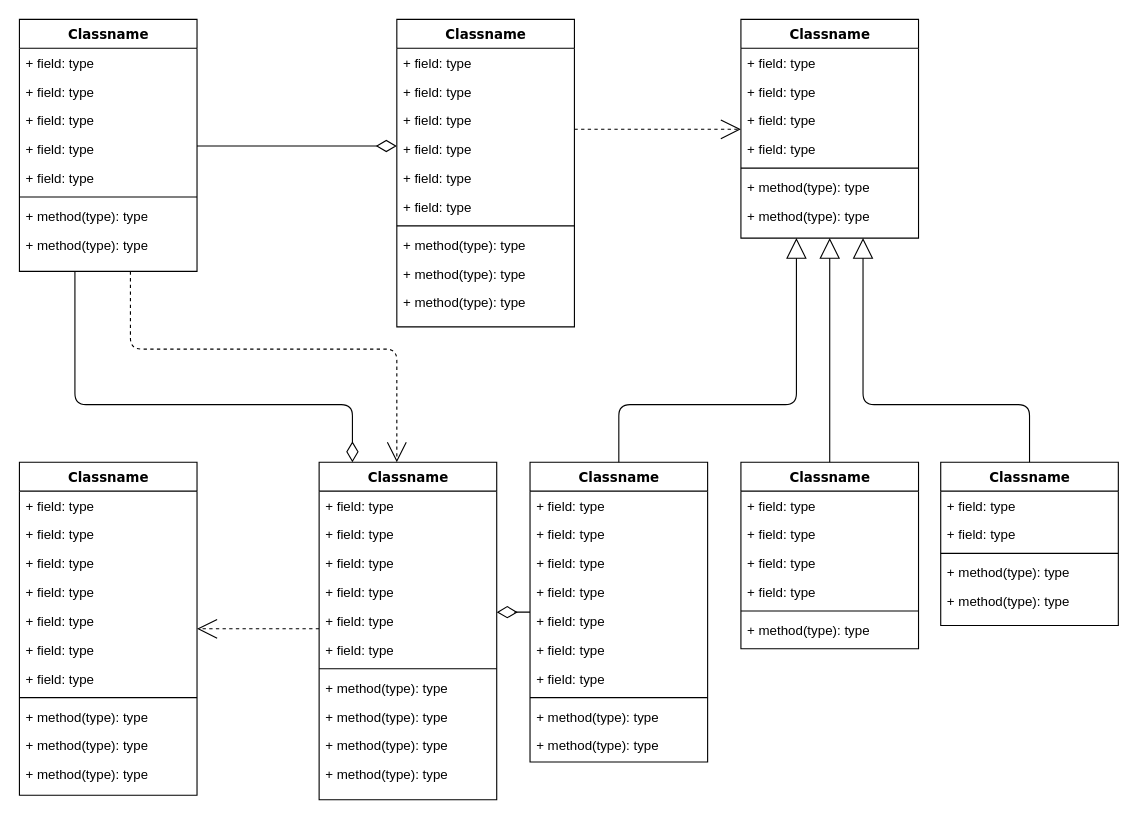
The draw.io diagram Untitled Diagram.drawio in luudatphat/manga, before the edit. Source tidied: cells renumbered, new cells numbered last; positions are measured from the earlier drawing's top-left corner, leaving out a move shared by most shapes. Both pictures are drawn from the tidied source at 111%, with x=0, y=0 at pixel (19, 19).
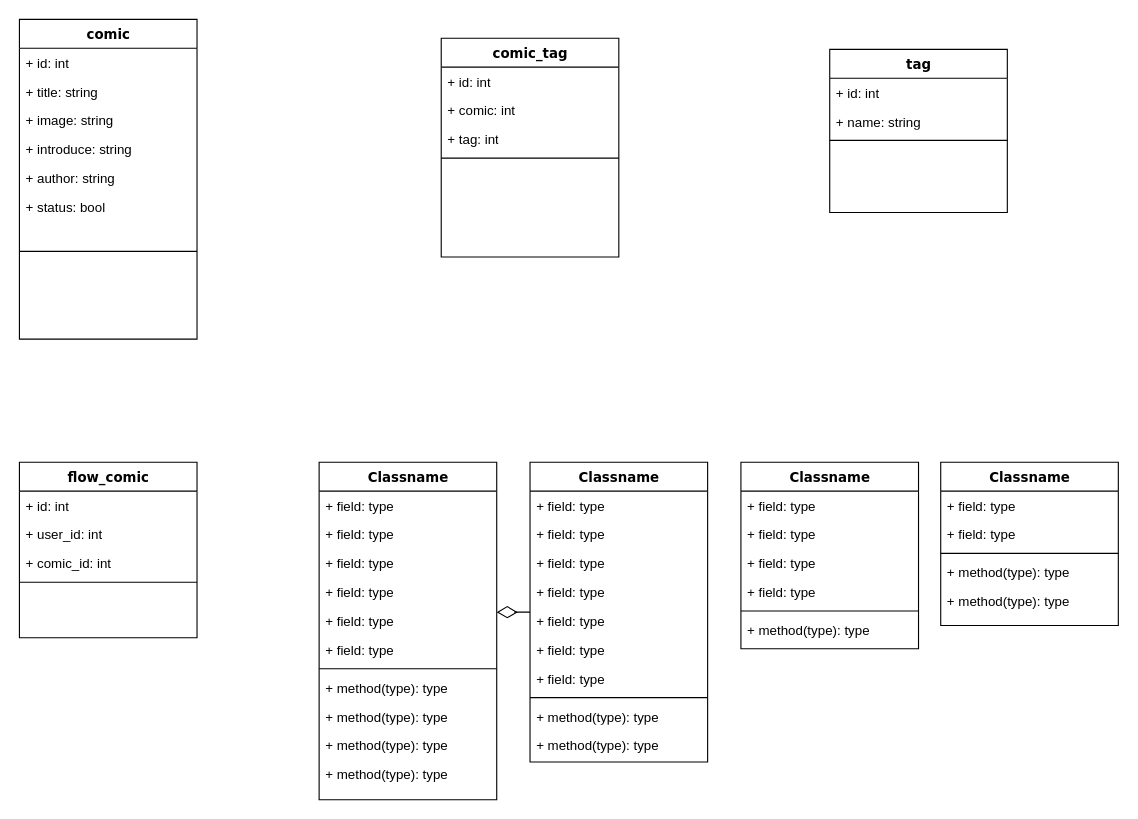
The same diagram, later.

The change refers to these unchanged cells:
```xml
<mxCell id="47" value="Classname" style="swimlane;html=1;fontStyle=1;align=center;verticalAlign=top;horizontal=1;startSize=26;swimlaneFillColor=#ffffff;rounded=0;shadow=0;comic=0;labelBackgroundColor=none;strokeWidth=1;fillColor=none;fontFamily=Verdana;fontSize=12;" parent="1" vertex="1">
  <mxGeometry x="270" y="399" width="160" height="304" as="geometry" />
</mxCell>
<mxCell id="60" value="Classname" style="swimlane;html=1;fontStyle=1;align=center;verticalAlign=top;horizontal=1;startSize=26;swimlaneFillColor=#ffffff;rounded=0;shadow=0;comic=0;labelBackgroundColor=none;strokeWidth=1;fillColor=none;fontFamily=Verdana;fontSize=12;" parent="1" vertex="1">
  <mxGeometry x="460" y="399" width="160" height="270" as="geometry" />
</mxCell>
<mxCell id="72" value="Classname" style="swimlane;html=1;fontStyle=1;align=center;verticalAlign=top;horizontal=1;startSize=26;swimlaneFillColor=#ffffff;rounded=0;shadow=0;comic=0;labelBackgroundColor=none;strokeWidth=1;fillColor=none;fontFamily=Verdana;fontSize=12;" parent="1" vertex="1">
  <mxGeometry x="650" y="399" width="160" height="168" as="geometry" />
</mxCell>
<mxCell id="80" value="Classname" style="swimlane;html=1;fontStyle=1;align=center;verticalAlign=top;horizontal=1;startSize=26;swimlaneFillColor=#ffffff;rounded=0;shadow=0;comic=0;labelBackgroundColor=none;strokeWidth=1;fillColor=none;fontFamily=Verdana;fontSize=12;" parent="1" vertex="1">
  <mxGeometry x="830" y="399" width="160" height="147" as="geometry" />
</mxCell>
```

The edit, as a diff of the source:
```diff
@@
-    <mxCell id="2" style="edgeStyle=orthogonalEdgeStyle;html=1;labelBackgroundColor=none;startFill=0;startSize=8;endArrow=open;endFill=0;endSize=16;fontFamily=Verdana;fontSize=12;dashed=1;" parent="1" edge="1" source="4" target="47">
-      <mxGeometry relative="1" as="geometry">
-        <Array as="points">
-          <mxPoint x="100" y="297" />
-          <mxPoint x="340" y="297" />
-        </Array>
-      </mxGeometry>
-    </mxCell>
-    <mxCell id="3" style="edgeStyle=orthogonalEdgeStyle;html=1;labelBackgroundColor=none;startFill=0;startSize=8;endArrow=diamondThin;endFill=0;endSize=16;fontFamily=Verdana;fontSize=12;" parent="1" edge="1" source="4" target="47">
-      <mxGeometry relative="1" as="geometry">
-        <Array as="points">
-          <mxPoint x="50" y="347" />
-          <mxPoint x="300" y="347" />
-        </Array>
-      </mxGeometry>
-    </mxCell>
-    <mxCell id="4" value="Classname" style="swimlane;html=1;fontStyle=1;align=center;verticalAlign=top;horizontal=1;startSize=26;swimlaneFillColor=#ffffff;rounded=0;shadow=0;comic=0;labelBackgroundColor=none;strokeWidth=1;fillColor=none;fontFamily=Verdana;fontSize=12;" parent="1" vertex="1">
-      <mxGeometry width="160" height="227" as="geometry" />
+    <mxCell id="4" value="comic" style="swimlane;html=1;fontStyle=1;align=center;verticalAlign=top;horizontal=1;startSize=26;swimlaneFillColor=#ffffff;rounded=0;shadow=0;comic=0;labelBackgroundColor=none;strokeWidth=1;fillColor=none;fontFamily=Verdana;fontSize=12;" parent="1" vertex="1">
+      <mxGeometry width="160" height="288" as="geometry" />
     </mxCell>
-    <mxCell id="5" value="+ field: type" style="text;html=1;strokeColor=none;fillColor=none;align=left;verticalAlign=top;spacingLeft=4;spacingRight=4;whiteSpace=wrap;overflow=hidden;" parent="4" vertex="1">
+    <mxCell id="5" value="+ id: int" style="text;html=1;strokeColor=none;fillColor=none;align=left;verticalAlign=top;spacingLeft=4;spacingRight=4;whiteSpace=wrap;overflow=hidden;" parent="4" vertex="1">
       <mxGeometry y="26" width="160" height="26" as="geometry" />
     </mxCell>
-    <mxCell id="6" value="+ field: type" style="text;html=1;strokeColor=none;fillColor=none;align=left;verticalAlign=top;spacingLeft=4;spacingRight=4;whiteSpace=wrap;overflow=hidden;" parent="4" vertex="1">
+    <mxCell id="6" value="+ title: string" style="text;html=1;strokeColor=none;fillColor=none;align=left;verticalAlign=top;spacingLeft=4;spacingRight=4;whiteSpace=wrap;overflow=hidden;" parent="4" vertex="1">
       <mxGeometry y="52" width="160" height="26" as="geometry" />
     </mxCell>
+    <mxCell id="87" value="+ image: string" style="text;html=1;strokeColor=none;fillColor=none;align=left;verticalAlign=top;spacingLeft=4;spacingRight=4;whiteSpace=wrap;overflow=hidden;" parent="4" vertex="1">
+      <mxGeometry y="78" width="160" height="26" as="geometry" />
+    </mxCell>
-    <mxCell id="7" value="+ field: type" style="text;html=1;strokeColor=none;fillColor=none;align=left;verticalAlign=top;spacingLeft=4;spacingRight=4;whiteSpace=wrap;overflow=hidden;" parent="4" vertex="1">
-      <mxGeometry y="78" width="160" height="26" as="geometry" />
+    <mxCell id="7" value="+ introduce: string" style="text;html=1;strokeColor=none;fillColor=none;align=left;verticalAlign=top;spacingLeft=4;spacingRight=4;whiteSpace=wrap;overflow=hidden;" parent="4" vertex="1">
+      <mxGeometry y="104" width="160" height="26" as="geometry" />
     </mxCell>
-    <mxCell id="8" value="+ field: type" style="text;html=1;strokeColor=none;fillColor=none;align=left;verticalAlign=top;spacingLeft=4;spacingRight=4;whiteSpace=wrap;overflow=hidden;" parent="4" vertex="1">
-      <mxGeometry y="104" width="160" height="26" as="geometry" />
+    <mxCell id="8" value="+ author: string" style="text;html=1;strokeColor=none;fillColor=none;align=left;verticalAlign=top;spacingLeft=4;spacingRight=4;whiteSpace=wrap;overflow=hidden;" parent="4" vertex="1">
+      <mxGeometry y="130" width="160" height="26" as="geometry" />
     </mxCell>
-    <mxCell id="9" value="+ field: type" style="text;html=1;strokeColor=none;fillColor=none;align=left;verticalAlign=top;spacingLeft=4;spacingRight=4;whiteSpace=wrap;overflow=hidden;" parent="4" vertex="1">
-      <mxGeometry y="130" width="160" height="26" as="geometry" />
+    <mxCell id="9" value="+ status: bool" style="text;html=1;strokeColor=none;fillColor=none;align=left;verticalAlign=top;spacingLeft=4;spacingRight=4;whiteSpace=wrap;overflow=hidden;" parent="4" vertex="1">
+      <mxGeometry y="156" width="160" height="26" as="geometry" />
     </mxCell>
     <mxCell id="10" style="line;html=1;strokeWidth=1;fillColor=none;align=left;verticalAlign=middle;spacingTop=-1;spacingLeft=3;spacingRight=3;labelPosition=right;" parent="4" vertex="1">
-      <mxGeometry y="156" width="160" height="8" as="geometry" />
+      <mxGeometry y="182" width="160" height="54" as="geometry" />
     </mxCell>
-    <mxCell id="11" value="+ method(type): type" style="text;html=1;strokeColor=none;fillColor=none;align=left;verticalAlign=top;spacingLeft=4;spacingRight=4;whiteSpace=wrap;overflow=hidden;" parent="4" vertex="1">
-      <mxGeometry y="164" width="160" height="26" as="geometry" />
-    </mxCell>
-    <mxCell id="12" value="+ method(type): type" style="text;html=1;strokeColor=none;fillColor=none;align=left;verticalAlign=top;spacingLeft=4;spacingRight=4;whiteSpace=wrap;overflow=hidden;" parent="4" vertex="1">
-      <mxGeometry y="190" width="160" height="26" as="geometry" />
-    </mxCell>
-    <mxCell id="13" style="edgeStyle=elbowEdgeStyle;html=1;labelBackgroundColor=none;startFill=0;startSize=8;endArrow=open;endFill=0;endSize=16;fontFamily=Verdana;fontSize=12;elbow=vertical;dashed=1;" parent="1" edge="1" source="14" target="25">
-      <mxGeometry relative="1" as="geometry" />
-    </mxCell>
-    <mxCell id="14" value="Classname" style="swimlane;html=1;fontStyle=1;align=center;verticalAlign=top;horizontal=1;startSize=26;swimlaneFillColor=#ffffff;rounded=0;shadow=0;comic=0;labelBackgroundColor=none;strokeWidth=1;fillColor=none;fontFamily=Verdana;fontSize=12;" parent="1" vertex="1">
-      <mxGeometry x="340" width="160" height="277" as="geometry" />
+    <mxCell id="14" value="tag" style="swimlane;html=1;fontStyle=1;align=center;verticalAlign=top;horizontal=1;startSize=26;swimlaneFillColor=#ffffff;rounded=0;shadow=0;comic=0;labelBackgroundColor=none;strokeWidth=1;fillColor=none;fontFamily=Verdana;fontSize=12;" parent="1" vertex="1">
+      <mxGeometry x="730" y="27" width="160" height="147" as="geometry" />
     </mxCell>
-    <mxCell id="15" value="+ field: type" style="text;html=1;strokeColor=none;fillColor=none;align=left;verticalAlign=top;spacingLeft=4;spacingRight=4;whiteSpace=wrap;overflow=hidden;" parent="14" vertex="1">
+    <mxCell id="15" value="+ id: int" style="text;html=1;strokeColor=none;fillColor=none;align=left;verticalAlign=top;spacingLeft=4;spacingRight=4;whiteSpace=wrap;overflow=hidden;" parent="14" vertex="1">
       <mxGeometry y="26" width="160" height="26" as="geometry" />
     </mxCell>
-    <mxCell id="16" value="+ field: type" style="text;html=1;strokeColor=none;fillColor=none;align=left;verticalAlign=top;spacingLeft=4;spacingRight=4;whiteSpace=wrap;overflow=hidden;" parent="14" vertex="1">
+    <mxCell id="16" value="+ name: string" style="text;html=1;strokeColor=none;fillColor=none;align=left;verticalAlign=top;spacingLeft=4;spacingRight=4;whiteSpace=wrap;overflow=hidden;" parent="14" vertex="1">
       <mxGeometry y="52" width="160" height="26" as="geometry" />
     </mxCell>
-    <mxCell id="17" value="+ field: type" style="text;html=1;strokeColor=none;fillColor=none;align=left;verticalAlign=top;spacingLeft=4;spacingRight=4;whiteSpace=wrap;overflow=hidden;" parent="14" vertex="1">
-      <mxGeometry y="78" width="160" height="26" as="geometry" />
-    </mxCell>
-    <mxCell id="18" value="+ field: type" style="text;html=1;strokeColor=none;fillColor=none;align=left;verticalAlign=top;spacingLeft=4;spacingRight=4;whiteSpace=wrap;overflow=hidden;" parent="14" vertex="1">
-      <mxGeometry y="104" width="160" height="26" as="geometry" />
-    </mxCell>
-    <mxCell id="19" value="+ field: type" style="text;html=1;strokeColor=none;fillColor=none;align=left;verticalAlign=top;spacingLeft=4;spacingRight=4;whiteSpace=wrap;overflow=hidden;" parent="14" vertex="1">
-      <mxGeometry y="130" width="160" height="26" as="geometry" />
-    </mxCell>
-    <mxCell id="20" value="+ field: type" style="text;html=1;strokeColor=none;fillColor=none;align=left;verticalAlign=top;spacingLeft=4;spacingRight=4;whiteSpace=wrap;overflow=hidden;" parent="14" vertex="1">
-      <mxGeometry y="156" width="160" height="26" as="geometry" />
-    </mxCell>
     <mxCell id="21" style="line;html=1;strokeWidth=1;fillColor=none;align=left;verticalAlign=middle;spacingTop=-1;spacingLeft=3;spacingRight=3;labelPosition=right;" parent="14" vertex="1">
-      <mxGeometry y="182" width="160" height="8" as="geometry" />
+      <mxGeometry y="78" width="160" height="8" as="geometry" />
     </mxCell>
-    <mxCell id="22" value="+ method(type): type" style="text;html=1;strokeColor=none;fillColor=none;align=left;verticalAlign=top;spacingLeft=4;spacingRight=4;whiteSpace=wrap;overflow=hidden;" parent="14" vertex="1">
-      <mxGeometry y="190" width="160" height="26" as="geometry" />
-    </mxCell>
-    <mxCell id="23" value="+ method(type): type" style="text;html=1;strokeColor=none;fillColor=none;align=left;verticalAlign=top;spacingLeft=4;spacingRight=4;whiteSpace=wrap;overflow=hidden;" parent="14" vertex="1">
-      <mxGeometry y="216" width="160" height="26" as="geometry" />
-    </mxCell>
-    <mxCell id="24" value="+ method(type): type" style="text;html=1;strokeColor=none;fillColor=none;align=left;verticalAlign=top;spacingLeft=4;spacingRight=4;whiteSpace=wrap;overflow=hidden;" parent="14" vertex="1">
-      <mxGeometry y="242" width="160" height="26" as="geometry" />
-    </mxCell>
-    <mxCell id="25" value="Classname" style="swimlane;html=1;fontStyle=1;align=center;verticalAlign=top;horizontal=1;startSize=26;swimlaneFillColor=#ffffff;rounded=0;shadow=0;comic=0;labelBackgroundColor=none;strokeWidth=1;fillColor=none;fontFamily=Verdana;fontSize=12;" parent="1" vertex="1">
-      <mxGeometry x="650" width="160" height="197" as="geometry" />
+    <mxCell id="25" value="comic_tag" style="swimlane;html=1;fontStyle=1;align=center;verticalAlign=top;horizontal=1;startSize=26;swimlaneFillColor=#ffffff;rounded=0;shadow=0;comic=0;labelBackgroundColor=none;strokeWidth=1;fillColor=none;fontFamily=Verdana;fontSize=12;" parent="1" vertex="1">
+      <mxGeometry x="380" y="17" width="160" height="197" as="geometry" />
     </mxCell>
-    <mxCell id="26" value="+ field: type" style="text;html=1;strokeColor=none;fillColor=none;align=left;verticalAlign=top;spacingLeft=4;spacingRight=4;whiteSpace=wrap;overflow=hidden;" parent="25" vertex="1">
+    <mxCell id="26" value="+ id: int" style="text;html=1;strokeColor=none;fillColor=none;align=left;verticalAlign=top;spacingLeft=4;spacingRight=4;whiteSpace=wrap;overflow=hidden;" parent="25" vertex="1">
       <mxGeometry y="26" width="160" height="26" as="geometry" />
     </mxCell>
-    <mxCell id="27" value="+ field: type" style="text;html=1;strokeColor=none;fillColor=none;align=left;verticalAlign=top;spacingLeft=4;spacingRight=4;whiteSpace=wrap;overflow=hidden;" parent="25" vertex="1">
+    <mxCell id="27" value="+ comic: int" style="text;html=1;strokeColor=none;fillColor=none;align=left;verticalAlign=top;spacingLeft=4;spacingRight=4;whiteSpace=wrap;overflow=hidden;" parent="25" vertex="1">
       <mxGeometry y="52" width="160" height="26" as="geometry" />
     </mxCell>
-    <mxCell id="28" value="+ field: type" style="text;html=1;strokeColor=none;fillColor=none;align=left;verticalAlign=top;spacingLeft=4;spacingRight=4;whiteSpace=wrap;overflow=hidden;" parent="25" vertex="1">
+    <mxCell id="28" value="+ tag: int" style="text;html=1;strokeColor=none;fillColor=none;align=left;verticalAlign=top;spacingLeft=4;spacingRight=4;whiteSpace=wrap;overflow=hidden;" parent="25" vertex="1">
       <mxGeometry y="78" width="160" height="26" as="geometry" />
     </mxCell>
-    <mxCell id="29" value="+ field: type" style="text;html=1;strokeColor=none;fillColor=none;align=left;verticalAlign=top;spacingLeft=4;spacingRight=4;whiteSpace=wrap;overflow=hidden;" parent="25" vertex="1">
-      <mxGeometry y="104" width="160" height="26" as="geometry" />
-    </mxCell>
     <mxCell id="30" style="line;html=1;strokeWidth=1;fillColor=none;align=left;verticalAlign=middle;spacingTop=-1;spacingLeft=3;spacingRight=3;labelPosition=right;" parent="25" vertex="1">
-      <mxGeometry y="130" width="160" height="8" as="geometry" />
+      <mxGeometry y="104" width="160" height="8" as="geometry" />
     </mxCell>
-    <mxCell id="31" value="+ method(type): type" style="text;html=1;strokeColor=none;fillColor=none;align=left;verticalAlign=top;spacingLeft=4;spacingRight=4;whiteSpace=wrap;overflow=hidden;" parent="25" vertex="1">
-      <mxGeometry y="138" width="160" height="26" as="geometry" />
-    </mxCell>
-    <mxCell id="32" value="+ method(type): type" style="text;html=1;strokeColor=none;fillColor=none;align=left;verticalAlign=top;spacingLeft=4;spacingRight=4;whiteSpace=wrap;overflow=hidden;" parent="25" vertex="1">
-      <mxGeometry y="164" width="160" height="26" as="geometry" />
-    </mxCell>
-    <mxCell id="33" style="edgeStyle=elbowEdgeStyle;html=1;labelBackgroundColor=none;startFill=0;startSize=8;endArrow=open;endFill=0;endSize=16;fontFamily=Verdana;fontSize=12;elbow=vertical;dashed=1;" parent="1" edge="1" source="47" target="34">
-      <mxGeometry relative="1" as="geometry" />
-    </mxCell>
-    <mxCell id="34" value="Classname" style="swimlane;html=1;fontStyle=1;align=center;verticalAlign=top;horizontal=1;startSize=26;swimlaneFillColor=#ffffff;rounded=0;shadow=0;comic=0;labelBackgroundColor=none;strokeWidth=1;fillColor=none;fontFamily=Verdana;fontSize=12;" parent="1" vertex="1">
-      <mxGeometry y="399" width="160" height="300" as="geometry" />
+    <mxCell id="34" value="flow_comic" style="swimlane;html=1;fontStyle=1;align=center;verticalAlign=top;horizontal=1;startSize=26;swimlaneFillColor=#ffffff;rounded=0;shadow=0;comic=0;labelBackgroundColor=none;strokeWidth=1;fillColor=none;fontFamily=Verdana;fontSize=12;" parent="1" vertex="1">
+      <mxGeometry y="399" width="160" height="158" as="geometry" />
     </mxCell>
-    <mxCell id="35" value="+ field: type" style="text;html=1;strokeColor=none;fillColor=none;align=left;verticalAlign=top;spacingLeft=4;spacingRight=4;whiteSpace=wrap;overflow=hidden;" parent="34" vertex="1">
+    <mxCell id="35" value="+ id: int" style="text;html=1;strokeColor=none;fillColor=none;align=left;verticalAlign=top;spacingLeft=4;spacingRight=4;whiteSpace=wrap;overflow=hidden;" parent="34" vertex="1">
       <mxGeometry y="26" width="160" height="26" as="geometry" />
     </mxCell>
-    <mxCell id="36" value="+ field: type" style="text;html=1;strokeColor=none;fillColor=none;align=left;verticalAlign=top;spacingLeft=4;spacingRight=4;whiteSpace=wrap;overflow=hidden;" parent="34" vertex="1">
+    <mxCell id="36" value="+ user_id: int" style="text;html=1;strokeColor=none;fillColor=none;align=left;verticalAlign=top;spacingLeft=4;spacingRight=4;whiteSpace=wrap;overflow=hidden;" parent="34" vertex="1">
       <mxGeometry y="52" width="160" height="26" as="geometry" />
     </mxCell>
-    <mxCell id="37" value="+ field: type" style="text;html=1;strokeColor=none;fillColor=none;align=left;verticalAlign=top;spacingLeft=4;spacingRight=4;whiteSpace=wrap;overflow=hidden;" parent="34" vertex="1">
+    <mxCell id="37" value="+ comic_id: int" style="text;html=1;strokeColor=none;fillColor=none;align=left;verticalAlign=top;spacingLeft=4;spacingRight=4;whiteSpace=wrap;overflow=hidden;" parent="34" vertex="1">
       <mxGeometry y="78" width="160" height="26" as="geometry" />
     </mxCell>
-    <mxCell id="38" value="+ field: type" style="text;html=1;strokeColor=none;fillColor=none;align=left;verticalAlign=top;spacingLeft=4;spacingRight=4;whiteSpace=wrap;overflow=hidden;" parent="34" vertex="1">
-      <mxGeometry y="104" width="160" height="26" as="geometry" />
-    </mxCell>
-    <mxCell id="39" value="+ field: type" style="text;html=1;strokeColor=none;fillColor=none;align=left;verticalAlign=top;spacingLeft=4;spacingRight=4;whiteSpace=wrap;overflow=hidden;" parent="34" vertex="1">
-      <mxGeometry y="130" width="160" height="26" as="geometry" />
-    </mxCell>
-    <mxCell id="40" value="+ field: type" style="text;html=1;strokeColor=none;fillColor=none;align=left;verticalAlign=top;spacingLeft=4;spacingRight=4;whiteSpace=wrap;overflow=hidden;" parent="34" vertex="1">
-      <mxGeometry y="156" width="160" height="26" as="geometry" />
-    </mxCell>
-    <mxCell id="41" value="+ field: type" style="text;html=1;strokeColor=none;fillColor=none;align=left;verticalAlign=top;spacingLeft=4;spacingRight=4;whiteSpace=wrap;overflow=hidden;" parent="34" vertex="1">
-      <mxGeometry y="182" width="160" height="26" as="geometry" />
-    </mxCell>
     <mxCell id="42" style="line;html=1;strokeWidth=1;fillColor=none;align=left;verticalAlign=middle;spacingTop=-1;spacingLeft=3;spacingRight=3;labelPosition=right;" parent="34" vertex="1">
-      <mxGeometry y="208" width="160" height="8" as="geometry" />
+      <mxGeometry y="104" width="160" height="8" as="geometry" />
     </mxCell>
-    <mxCell id="43" value="+ method(type): type" style="text;html=1;strokeColor=none;fillColor=none;align=left;verticalAlign=top;spacingLeft=4;spacingRight=4;whiteSpace=wrap;overflow=hidden;" parent="34" vertex="1">
-      <mxGeometry y="216" width="160" height="26" as="geometry" />
-    </mxCell>
-    <mxCell id="44" value="+ method(type): type" style="text;html=1;strokeColor=none;fillColor=none;align=left;verticalAlign=top;spacingLeft=4;spacingRight=4;whiteSpace=wrap;overflow=hidden;" parent="34" vertex="1">
-      <mxGeometry y="242" width="160" height="26" as="geometry" />
-    </mxCell>
-    <mxCell id="45" value="+ method(type): type" style="text;html=1;strokeColor=none;fillColor=none;align=left;verticalAlign=top;spacingLeft=4;spacingRight=4;whiteSpace=wrap;overflow=hidden;" parent="34" vertex="1">
-      <mxGeometry y="268" width="160" height="26" as="geometry" />
-    </mxCell>
@@
-    <mxCell id="59" style="edgeStyle=orthogonalEdgeStyle;html=1;labelBackgroundColor=none;startFill=0;startSize=8;endArrow=block;endFill=0;endSize=16;fontFamily=Verdana;fontSize=12;" parent="1" edge="1" source="60" target="25">
-      <mxGeometry relative="1" as="geometry">
-        <Array as="points">
-          <mxPoint x="540" y="347" />
-          <mxPoint x="700" y="347" />
-        </Array>
-      </mxGeometry>
-    </mxCell>
@@
-    <mxCell id="71" style="edgeStyle=orthogonalEdgeStyle;html=1;labelBackgroundColor=none;startFill=0;startSize=8;endArrow=block;endFill=0;endSize=16;fontFamily=Verdana;fontSize=12;" parent="1" edge="1" source="72" target="25">
-      <mxGeometry relative="1" as="geometry" />
-    </mxCell>
@@
-    <mxCell id="79" style="edgeStyle=orthogonalEdgeStyle;html=1;labelBackgroundColor=none;startFill=0;startSize=8;endArrow=block;endFill=0;endSize=16;fontFamily=Verdana;fontSize=12;" parent="1" edge="1" source="80" target="25">
-      <mxGeometry relative="1" as="geometry">
-        <Array as="points">
-          <mxPoint x="910" y="347" />
-          <mxPoint x="760" y="347" />
-        </Array>
-      </mxGeometry>
-    </mxCell>
@@
-    <mxCell id="86" style="edgeStyle=elbowEdgeStyle;html=1;labelBackgroundColor=none;startFill=0;startSize=8;endArrow=diamondThin;endFill=0;endSize=16;fontFamily=Verdana;fontSize=12;elbow=vertical;" parent="1" edge="1" source="4" target="14">
-      <mxGeometry relative="1" as="geometry" />
-    </mxCell>
```
